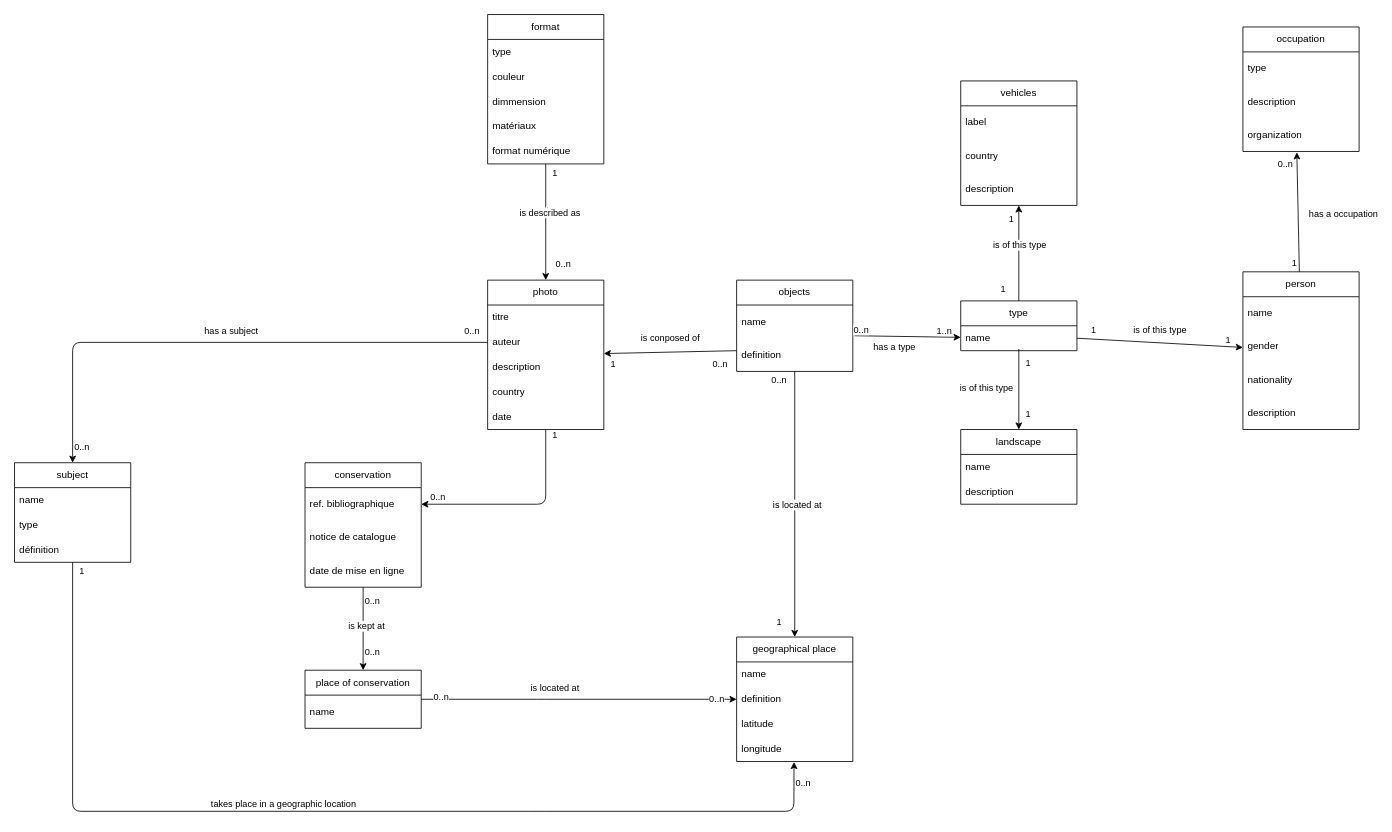
mroylem/memoire keeps this draw.io diagram as Modèle conceptuel.drawio. Above is the earlier version. Source tidied: cells renumbered, new cells numbered last; positions are measured from the earlier drawing's top-left corner, leaving out a move shared by most shapes. Both pictures are drawn from the tidied source at 83%, with x=0, y=0 at pixel (14, 14).
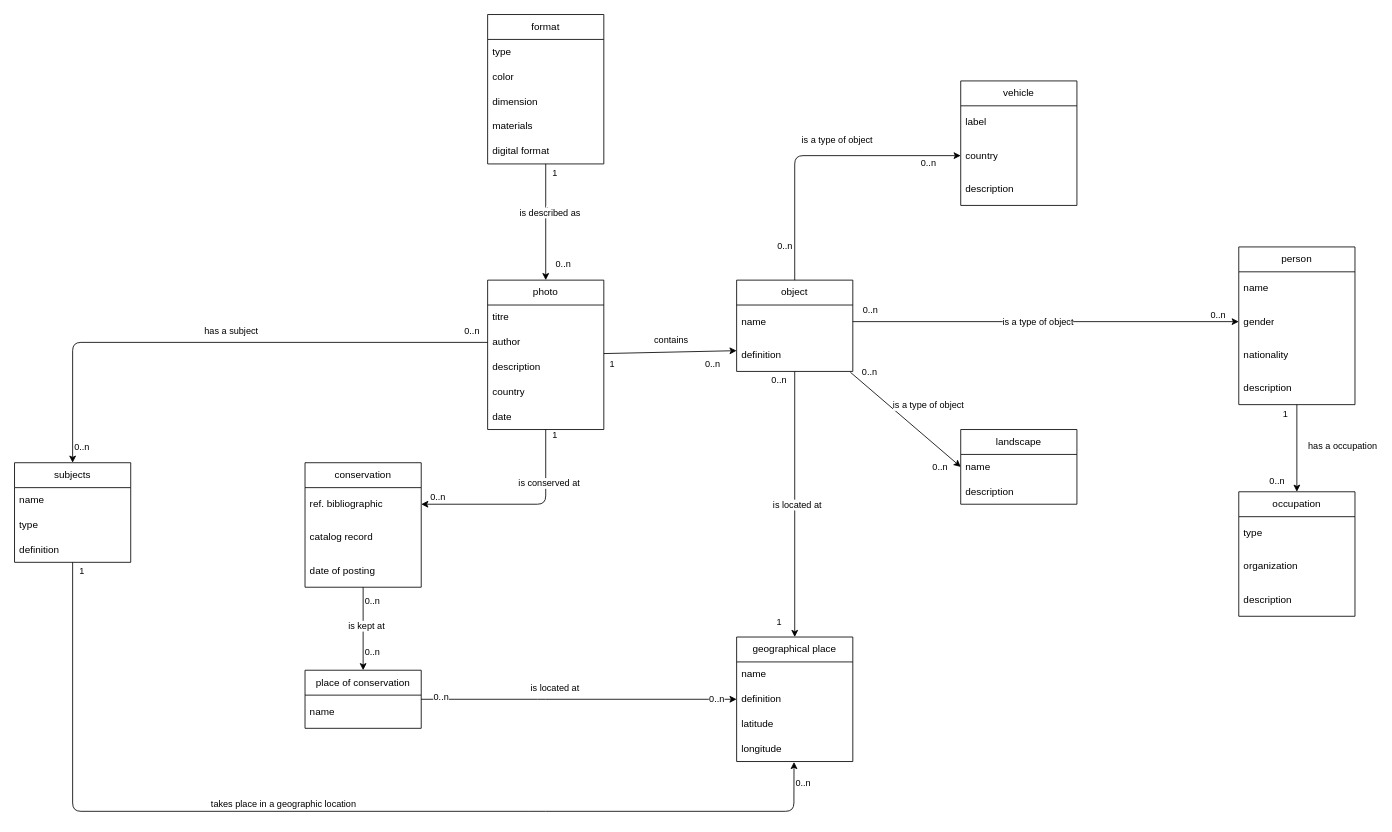
Above is the later version.

The change refers to these unchanged cells:
```xml
<mxCell id="14" value="name" style="text;strokeColor=none;fillColor=none;align=left;verticalAlign=middle;spacingLeft=4;spacingRight=4;overflow=hidden;points=[[0,0.5],[1,0.5]];portConstraint=eastwest;whiteSpace=wrap;html=1;" parent="12" vertex="1">
  <mxGeometry y="30" width="140" height="40" as="geometry" />
</mxCell>
<mxCell id="15" value="&lt;span style=&quot;color: rgb(0, 0, 0);&quot;&gt;definition&lt;/span&gt;" style="text;strokeColor=none;fillColor=none;align=left;verticalAlign=middle;spacingLeft=4;spacingRight=4;overflow=hidden;points=[[0,0.5],[1,0.5]];portConstraint=eastwest;whiteSpace=wrap;html=1;" parent="12" vertex="1">
  <mxGeometry y="70" width="140" height="40" as="geometry" />
</mxCell>
<mxCell id="28" value="format" style="swimlane;fontStyle=0;horizontal=1;startSize=30;whiteSpace=wrap;html=1;" parent="1" vertex="1">
  <mxGeometry x="570" width="140" height="180" as="geometry" />
</mxCell>
<mxCell id="46" style="edgeStyle=none;html=1;entryX=1;entryY=0.5;entryDx=0;entryDy=0;" parent="1" edge="1" source="49">
  <mxGeometry relative="1" as="geometry">
    <mxPoint x="490" y="590" as="targetPoint" />
    <Array as="points">
      <mxPoint x="640" y="590" />
    </Array>
  </mxGeometry>
</mxCell>
<mxCell id="49" value="photo" style="swimlane;fontStyle=0;horizontal=1;startSize=30;whiteSpace=wrap;html=1;" parent="1" vertex="1">
  <mxGeometry x="570" y="320" width="140" height="180" as="geometry" />
</mxCell>
<mxCell id="59" value="conservation" style="swimlane;fontStyle=0;horizontal=1;startSize=30;whiteSpace=wrap;html=1;" parent="1" vertex="1">
  <mxGeometry x="350" y="540" width="140" height="150" as="geometry" />
</mxCell>
<mxCell id="69" value="&lt;span style=&quot;color: rgb(0, 0, 0);&quot;&gt;gender&lt;/span&gt;" style="text;strokeColor=none;fillColor=none;align=left;verticalAlign=middle;spacingLeft=4;spacingRight=4;overflow=hidden;points=[[0,0.5],[1,0.5]];portConstraint=eastwest;whiteSpace=wrap;html=1;" parent="67" vertex="1">
  <mxGeometry y="70" width="140" height="40" as="geometry" />
</mxCell>
<mxCell id="78" value="&lt;span style=&quot;color: rgb(0, 0, 0);&quot;&gt;country&lt;/span&gt;" style="text;strokeColor=none;fillColor=none;align=left;verticalAlign=middle;spacingLeft=4;spacingRight=4;overflow=hidden;points=[[0,0.5],[1,0.5]];portConstraint=eastwest;whiteSpace=wrap;html=1;" parent="76" vertex="1">
  <mxGeometry y="70" width="140" height="40" as="geometry" />
</mxCell>
<mxCell id="92" value="landscape" style="swimlane;fontStyle=0;horizontal=1;startSize=30;whiteSpace=wrap;html=1;" parent="1" vertex="1">
  <mxGeometry x="1140" y="500" width="140" height="90" as="geometry" />
</mxCell>
<mxCell id="93" value="name" style="text;strokeColor=none;fillColor=none;align=left;verticalAlign=middle;spacingLeft=4;spacingRight=4;overflow=hidden;points=[[0,0.5],[1,0.5]];portConstraint=eastwest;whiteSpace=wrap;html=1;" parent="92" vertex="1">
  <mxGeometry y="30" width="140" height="30" as="geometry" />
</mxCell>
```

The edit, as a diff of the source:
```diff
@@
-    <mxCell id="12" value="objects" style="swimlane;fontStyle=0;horizontal=1;startSize=30;whiteSpace=wrap;html=1;" parent="1" vertex="1">
+    <mxCell id="12" value="object" style="swimlane;fontStyle=0;horizontal=1;startSize=30;whiteSpace=wrap;html=1;" parent="1" vertex="1">
       <mxGeometry x="870" y="320" width="140" height="110" as="geometry" />
     </mxCell>
@@
-    <mxCell id="16" value="type" style="swimlane;fontStyle=0;horizontal=1;startSize=30;whiteSpace=wrap;html=1;" parent="1" vertex="1">
-      <mxGeometry x="1140" y="345" width="140" height="60" as="geometry" />
-    </mxCell>
-    <mxCell id="17" value="name" style="text;strokeColor=none;fillColor=none;align=left;verticalAlign=middle;spacingLeft=4;spacingRight=4;overflow=hidden;points=[[0,0.5],[1,0.5]];portConstraint=eastwest;whiteSpace=wrap;html=1;" parent="16" vertex="1">
-      <mxGeometry y="30" width="140" height="30" as="geometry" />
-    </mxCell>
@@
-    <mxCell id="30" value="couleur" style="text;strokeColor=none;fillColor=none;align=left;verticalAlign=middle;spacingLeft=4;spacingRight=4;overflow=hidden;whiteSpace=wrap;html=1;" parent="28" vertex="1">
+    <mxCell id="30" value="color" style="text;strokeColor=none;fillColor=none;align=left;verticalAlign=middle;spacingLeft=4;spacingRight=4;overflow=hidden;whiteSpace=wrap;html=1;" parent="28" vertex="1">
       <mxGeometry y="60" width="140" height="30" as="geometry" />
     </mxCell>
-    <mxCell id="31" value="dimmension" style="text;strokeColor=none;fillColor=none;align=left;verticalAlign=middle;spacingLeft=4;spacingRight=4;overflow=hidden;whiteSpace=wrap;html=1;" parent="28" vertex="1">
+    <mxCell id="31" value="dimension" style="text;strokeColor=none;fillColor=none;align=left;verticalAlign=middle;spacingLeft=4;spacingRight=4;overflow=hidden;whiteSpace=wrap;html=1;" parent="28" vertex="1">
       <mxGeometry y="90" width="140" height="30" as="geometry" />
     </mxCell>
-    <mxCell id="32" value="matériaux" style="text;strokeColor=none;fillColor=none;align=left;verticalAlign=middle;spacingLeft=4;spacingRight=4;overflow=hidden;whiteSpace=wrap;html=1;" parent="28" vertex="1">
+    <mxCell id="32" value="materials" style="text;strokeColor=none;fillColor=none;align=left;verticalAlign=middle;spacingLeft=4;spacingRight=4;overflow=hidden;whiteSpace=wrap;html=1;" parent="28" vertex="1">
       <mxGeometry y="120" width="140" height="30" as="geometry" />
     </mxCell>
-    <mxCell id="33" value="format numérique" style="text;strokeColor=none;fillColor=none;align=left;verticalAlign=middle;spacingLeft=4;spacingRight=4;overflow=hidden;whiteSpace=wrap;html=1;" parent="28" vertex="1">
+    <mxCell id="33" value="digital format" style="text;strokeColor=none;fillColor=none;align=left;verticalAlign=middle;spacingLeft=4;spacingRight=4;overflow=hidden;whiteSpace=wrap;html=1;" parent="28" vertex="1">
       <mxGeometry y="150" width="140" height="30" as="geometry" />
     </mxCell>
@@
-    <mxCell id="38" value="subject" style="swimlane;fontStyle=0;horizontal=1;startSize=30;whiteSpace=wrap;html=1;" parent="1" vertex="1">
+    <mxCell id="38" value="subjects" style="swimlane;fontStyle=0;horizontal=1;startSize=30;whiteSpace=wrap;html=1;" parent="1" vertex="1">
       <mxGeometry y="540" width="140" height="120" as="geometry" />
     </mxCell>
@@
-    <mxCell id="41" value="définition" style="text;strokeColor=none;fillColor=none;align=left;verticalAlign=middle;spacingLeft=4;spacingRight=4;overflow=hidden;whiteSpace=wrap;html=1;" parent="38" vertex="1">
+    <mxCell id="41" value="definition" style="text;strokeColor=none;fillColor=none;align=left;verticalAlign=middle;spacingLeft=4;spacingRight=4;overflow=hidden;whiteSpace=wrap;html=1;" parent="38" vertex="1">
       <mxGeometry y="90" width="140" height="30" as="geometry" />
     </mxCell>
-    <mxCell id="42" style="edgeStyle=none;html=1;" parent="1" edge="1" target="49">
+    <mxCell id="42" style="edgeStyle=none;html=1;" parent="1" edge="1" source="49">
       <mxGeometry relative="1" as="geometry">
-        <mxPoint x="870" y="405" as="sourcePoint" />
+        <mxPoint x="870" y="405" as="targetPoint" />
       </mxGeometry>
     </mxCell>
-    <mxCell id="43" value="is conposed of" style="edgeLabel;html=1;align=center;verticalAlign=middle;" parent="42" vertex="1">
+    <mxCell id="43" value="contains" style="edgeLabel;html=1;align=center;verticalAlign=middle;" parent="42" vertex="1">
       <mxGeometry x="0.11" y="-1" relative="1" as="geometry">
-        <mxPoint x="9" y="-16" as="offset" />
+        <mxPoint x="-9" y="-16" as="offset" />
       </mxGeometry>
     </mxCell>
     <mxCell id="44" value="0..n" style="edgeLabel;html=1;align=center;verticalAlign=middle;" parent="42" vertex="1">
       <mxGeometry x="-0.88" y="-1" relative="1" as="geometry">
-        <mxPoint x="-10" y="16" as="offset" />
+        <mxPoint x="120" y="11" as="offset" />
       </mxGeometry>
     </mxCell>
     <mxCell id="45" value="1" style="edgeLabel;html=1;align=center;verticalAlign=middle;" parent="42" vertex="1">
       <mxGeometry x="0.75" y="2" relative="1" as="geometry">
-        <mxPoint x="-10" y="10" as="offset" />
+        <mxPoint x="-130" y="17" as="offset" />
       </mxGeometry>
     </mxCell>
@@
+    <mxCell id="102" value="is conserved at" style="edgeLabel;html=1;align=center;verticalAlign=middle;" parent="46" vertex="1">
+      <mxGeometry x="-0.47" y="3" relative="1" as="geometry" />
+    </mxCell>
@@
-    <mxCell id="51" value="auteur" style="text;strokeColor=none;fillColor=none;align=left;verticalAlign=middle;spacingLeft=4;spacingRight=4;overflow=hidden;points=[[0,0.5],[1,0.5]];portConstraint=eastwest;whiteSpace=wrap;html=1;" parent="49" vertex="1">
+    <mxCell id="51" value="author" style="text;strokeColor=none;fillColor=none;align=left;verticalAlign=middle;spacingLeft=4;spacingRight=4;overflow=hidden;points=[[0,0.5],[1,0.5]];portConstraint=eastwest;whiteSpace=wrap;html=1;" parent="49" vertex="1">
       <mxGeometry y="60" width="140" height="30" as="geometry" />
     </mxCell>
@@
-    <mxCell id="60" value="ref. bibliographique" style="text;strokeColor=none;fillColor=none;align=left;verticalAlign=middle;spacingLeft=4;spacingRight=4;overflow=hidden;whiteSpace=wrap;html=1;" parent="59" vertex="1">
+    <mxCell id="60" value="ref. bibliographic" style="text;strokeColor=none;fillColor=none;align=left;verticalAlign=middle;spacingLeft=4;spacingRight=4;overflow=hidden;whiteSpace=wrap;html=1;" parent="59" vertex="1">
       <mxGeometry y="30" width="140" height="40" as="geometry" />
     </mxCell>
-    <mxCell id="61" value="notice de catalogue" style="text;strokeColor=none;fillColor=none;align=left;verticalAlign=middle;spacingLeft=4;spacingRight=4;overflow=hidden;whiteSpace=wrap;html=1;" parent="59" vertex="1">
+    <mxCell id="61" value="catalog record" style="text;strokeColor=none;fillColor=none;align=left;verticalAlign=middle;spacingLeft=4;spacingRight=4;overflow=hidden;whiteSpace=wrap;html=1;" parent="59" vertex="1">
       <mxGeometry y="70" width="140" height="40" as="geometry" />
     </mxCell>
-    <mxCell id="62" value="date de mise en ligne" style="text;strokeColor=none;fillColor=none;align=left;verticalAlign=middle;spacingLeft=4;spacingRight=4;overflow=hidden;whiteSpace=wrap;html=1;" parent="59" vertex="1">
+    <mxCell id="62" value="date of posting" style="text;strokeColor=none;fillColor=none;align=left;verticalAlign=middle;spacingLeft=4;spacingRight=4;overflow=hidden;whiteSpace=wrap;html=1;" parent="59" vertex="1">
       <mxGeometry y="110" width="140" height="40" as="geometry" />
     </mxCell>
@@
     <mxCell id="67" value="person" style="swimlane;fontStyle=0;horizontal=1;startSize=30;whiteSpace=wrap;html=1;" parent="1" vertex="1">
-      <mxGeometry x="1480" y="310" width="140" height="190" as="geometry" />
+      <mxGeometry x="1475" y="280" width="140" height="190" as="geometry" />
     </mxCell>
@@
     <mxCell id="72" value="occupation" style="swimlane;fontStyle=0;horizontal=1;startSize=30;whiteSpace=wrap;html=1;" parent="1" vertex="1">
-      <mxGeometry x="1480" y="15" width="140" height="150" as="geometry" />
+      <mxGeometry x="1475" y="575" width="140" height="150" as="geometry" />
     </mxCell>
@@
+    <mxCell id="75" value="&lt;span style=&quot;color: rgb(0, 0, 0);&quot;&gt;organization&lt;/span&gt;" style="text;strokeColor=none;fillColor=none;align=left;verticalAlign=middle;spacingLeft=4;spacingRight=4;overflow=hidden;points=[[0,0.5],[1,0.5]];portConstraint=eastwest;whiteSpace=wrap;html=1;" parent="72" vertex="1">
+      <mxGeometry y="70" width="140" height="40" as="geometry" />
+    </mxCell>
     <mxCell id="74" value="&lt;span style=&quot;color: rgb(0, 0, 0);&quot;&gt;description&lt;/span&gt;" style="text;strokeColor=none;fillColor=none;align=left;verticalAlign=middle;spacingLeft=4;spacingRight=4;overflow=hidden;whiteSpace=wrap;html=1;" parent="72" vertex="1">
-      <mxGeometry y="70" width="140" height="40" as="geometry" />
+      <mxGeometry y="110" width="140" height="40" as="geometry" />
     </mxCell>
-    <mxCell id="75" value="&lt;span style=&quot;color: rgb(0, 0, 0);&quot;&gt;organization&lt;/span&gt;" style="text;strokeColor=none;fillColor=none;align=left;verticalAlign=middle;spacingLeft=4;spacingRight=4;overflow=hidden;points=[[0,0.5],[1,0.5]];portConstraint=eastwest;whiteSpace=wrap;html=1;" parent="72" vertex="1">
-      <mxGeometry y="110" width="140" height="40" as="geometry" />
-    </mxCell>
-    <mxCell id="76" value="vehicles" style="swimlane;fontStyle=0;horizontal=1;startSize=30;whiteSpace=wrap;html=1;" parent="1" vertex="1">
+    <mxCell id="76" value="vehicle" style="swimlane;fontStyle=0;horizontal=1;startSize=30;whiteSpace=wrap;html=1;" parent="1" vertex="1">
       <mxGeometry x="1140" y="80" width="140" height="150" as="geometry" />
     </mxCell>
@@
-    <mxCell id="80" style="edgeStyle=none;html=1;exitX=0.5;exitY=0;exitDx=0;exitDy=0;" parent="1" edge="1" source="16" target="76">
-      <mxGeometry relative="1" as="geometry" />
-    </mxCell>
-    <mxCell id="81" value="1" style="edgeLabel;html=1;align=center;verticalAlign=middle;" parent="80" vertex="1">
-      <mxGeometry x="-0.74" y="-1" relative="1" as="geometry">
-        <mxPoint x="-21" as="offset" />
-      </mxGeometry>
-    </mxCell>
-    <mxCell id="82" value="1" style="edgeLabel;html=1;align=center;verticalAlign=middle;" parent="80" vertex="1">
-      <mxGeometry x="0.74" y="-2" relative="1" as="geometry">
-        <mxPoint x="-12" as="offset" />
-      </mxGeometry>
-    </mxCell>
-    <mxCell id="83" value="is of this type" style="edgeLabel;html=1;align=center;verticalAlign=middle;" parent="80" vertex="1">
-      <mxGeometry x="0.18" relative="1" as="geometry" />
-    </mxCell>
-    <mxCell id="84" style="edgeStyle=none;html=1;entryX=0.464;entryY=1.025;entryDx=0;entryDy=0;entryPerimeter=0;" parent="1" edge="1" source="67" target="75">
+    <mxCell id="84" style="edgeStyle=none;html=1;entryX=0.5;entryY=0;entryDx=0;entryDy=0;" parent="1" edge="1" source="67" target="72">
       <mxGeometry relative="1" as="geometry" />
     </mxCell>
     <mxCell id="85" value="1" style="edgeLabel;html=1;align=center;verticalAlign=middle;" parent="84" vertex="1">
       <mxGeometry x="0.72" y="-2" relative="1" as="geometry">
-        <mxPoint x="-6" y="114" as="offset" />
+        <mxPoint x="-13" y="-80" as="offset" />
       </mxGeometry>
     </mxCell>
     <mxCell id="86" value="0..n" style="edgeLabel;html=1;align=center;verticalAlign=middle;" parent="84" vertex="1">
       <mxGeometry x="0.82" relative="1" as="geometry">
-        <mxPoint x="-15" as="offset" />
+        <mxPoint x="-25" y="-5" as="offset" />
       </mxGeometry>
     </mxCell>
     <mxCell id="87" value="has a occupation" style="edgeLabel;html=1;align=center;verticalAlign=middle;" parent="84" vertex="1">
       <mxGeometry x="0.14" relative="1" as="geometry">
-        <mxPoint x="54" y="12" as="offset" />
+        <mxPoint x="54" y="-11" as="offset" />
       </mxGeometry>
     </mxCell>
-    <mxCell id="88" style="edgeStyle=none;html=1;exitX=1.014;exitY=-0.075;exitDx=0;exitDy=0;exitPerimeter=0;" parent="1" edge="1" source="15" target="17">
-      <mxGeometry relative="1" as="geometry" />
-    </mxCell>
-    <mxCell id="89" value="1..n" style="edgeLabel;html=1;align=center;verticalAlign=middle;" parent="88" vertex="1">
-      <mxGeometry x="-0.69" y="-2" relative="1" as="geometry">
-        <mxPoint x="88" y="-9" as="offset" />
-      </mxGeometry>
-    </mxCell>
-    <mxCell id="90" value="0..n" style="edgeLabel;html=1;align=center;verticalAlign=middle;" parent="88" vertex="1">
-      <mxGeometry x="0.73" y="2" relative="1" as="geometry">
-        <mxPoint x="-103" y="-7" as="offset" />
-      </mxGeometry>
-    </mxCell>
-    <mxCell id="91" value="has a type" style="edgeLabel;html=1;align=center;verticalAlign=middle;" parent="88" vertex="1">
-      <mxGeometry x="0.2" y="1" relative="1" as="geometry">
-        <mxPoint x="-29" y="13" as="offset" />
-      </mxGeometry>
-    </mxCell>
@@
-    <mxCell id="95" value="is of this type" style="edgeStyle=none;html=1;exitX=1;exitY=0.5;exitDx=0;exitDy=0;" parent="1" edge="1" source="17" target="67">
-      <mxGeometry x="-0.01" y="16" relative="1" as="geometry" />
-    </mxCell>
-    <mxCell id="96" value="1" style="edgeLabel;html=1;align=center;verticalAlign=middle;" parent="95" vertex="1">
-      <mxGeometry x="-0.88" relative="1" as="geometry">
-        <mxPoint x="8" y="-11" as="offset" />
-      </mxGeometry>
-    </mxCell>
-    <mxCell id="97" value="1" style="edgeLabel;html=1;align=center;verticalAlign=middle;" parent="95" vertex="1">
-      <mxGeometry x="0.82" y="-1" relative="1" as="geometry">
-        <mxPoint y="-10" as="offset" />
-      </mxGeometry>
-    </mxCell>
-    <mxCell id="98" style="edgeStyle=none;html=1;exitX=0.5;exitY=0.933;exitDx=0;exitDy=0;entryX=0.5;entryY=0;entryDx=0;entryDy=0;exitPerimeter=0;" parent="1" edge="1" source="17" target="92">
-      <mxGeometry relative="1" as="geometry" />
-    </mxCell>
-    <mxCell id="99" value="is of this type" style="edgeLabel;html=1;align=center;verticalAlign=middle;" parent="98" vertex="1">
-      <mxGeometry x="0.01" y="-4" relative="1" as="geometry">
-        <mxPoint x="-36" y="-2" as="offset" />
-      </mxGeometry>
-    </mxCell>
-    <mxCell id="100" value="1" style="edgeLabel;html=1;align=center;verticalAlign=middle;" parent="98" vertex="1">
-      <mxGeometry x="-0.55" y="1" relative="1" as="geometry">
-        <mxPoint x="9" y="-5" as="offset" />
-      </mxGeometry>
-    </mxCell>
-    <mxCell id="101" value="1" style="edgeLabel;html=1;align=center;verticalAlign=middle;" parent="98" vertex="1">
-      <mxGeometry x="0.61" y="-1" relative="1" as="geometry">
-        <mxPoint x="11" as="offset" />
-      </mxGeometry>
-    </mxCell>
+    <mxCell id="103" style="edgeStyle=none;html=1;entryX=0;entryY=0.5;entryDx=0;entryDy=0;exitX=0.5;exitY=0;exitDx=0;exitDy=0;" parent="1" edge="1" source="12" target="78">
+      <mxGeometry relative="1" as="geometry">
+        <Array as="points">
+          <mxPoint x="940" y="170" />
+        </Array>
+      </mxGeometry>
+    </mxCell>
+    <mxCell id="104" value="0..n" style="edgeLabel;html=1;align=center;verticalAlign=middle;" parent="103" vertex="1">
+      <mxGeometry x="-0.83" relative="1" as="geometry">
+        <mxPoint x="-13" y="-12" as="offset" />
+      </mxGeometry>
+    </mxCell>
+    <mxCell id="105" value="0..n" style="edgeLabel;html=1;align=center;verticalAlign=middle;" parent="103" vertex="1">
+      <mxGeometry x="0.77" y="-3" relative="1" as="geometry">
+        <mxPoint y="5" as="offset" />
+      </mxGeometry>
+    </mxCell>
+    <mxCell id="106" style="edgeStyle=none;html=1;entryX=0;entryY=0.5;entryDx=0;entryDy=0;" parent="1" edge="1" source="14" target="69">
+      <mxGeometry relative="1" as="geometry" />
+    </mxCell>
+    <mxCell id="107" value="0..n" style="edgeLabel;html=1;align=center;verticalAlign=middle;" parent="106" vertex="1">
+      <mxGeometry x="0.89" relative="1" as="geometry">
+        <mxPoint y="-9" as="offset" />
+      </mxGeometry>
+    </mxCell>
+    <mxCell id="108" value="0..n" style="edgeLabel;html=1;align=center;verticalAlign=middle;" parent="106" vertex="1">
+      <mxGeometry x="-0.93" relative="1" as="geometry">
+        <mxPoint x="4" y="-15" as="offset" />
+      </mxGeometry>
+    </mxCell>
+    <mxCell id="109" style="edgeStyle=none;html=1;entryX=0;entryY=0.5;entryDx=0;entryDy=0;exitX=0.979;exitY=1.025;exitDx=0;exitDy=0;exitPerimeter=0;" parent="1" edge="1" source="15" target="93">
+      <mxGeometry relative="1" as="geometry" />
+    </mxCell>
+    <mxCell id="110" value="0..n" style="edgeLabel;html=1;align=center;verticalAlign=middle;" parent="109" vertex="1">
+      <mxGeometry x="0.79" y="-1" relative="1" as="geometry">
+        <mxPoint x="-11" y="11" as="offset" />
+      </mxGeometry>
+    </mxCell>
+    <mxCell id="111" value="0..n" style="edgeLabel;html=1;align=center;verticalAlign=middle;" parent="109" vertex="1">
+      <mxGeometry x="-0.77" y="1" relative="1" as="geometry">
+        <mxPoint x="7" y="-13" as="offset" />
+      </mxGeometry>
+    </mxCell>
+    <mxCell id="112" value="is a type of object" style="edgeLabel;html=1;align=center;verticalAlign=middle;" parent="109" vertex="1">
+      <mxGeometry x="-0.23" y="-4" relative="1" as="geometry">
+        <mxPoint x="177" y="-107" as="offset" />
+      </mxGeometry>
+    </mxCell>
+    <mxCell id="113" value="is a type of object" style="edgeLabel;html=1;align=center;verticalAlign=middle;" parent="1" vertex="1">
+      <mxGeometry x="1100" y="470" as="geometry" />
+    </mxCell>
+    <mxCell id="114" value="is a type of object" style="edgeLabel;html=1;align=center;verticalAlign=middle;" parent="1" vertex="1">
+      <mxGeometry x="990" y="150" as="geometry" />
+    </mxCell>
```
